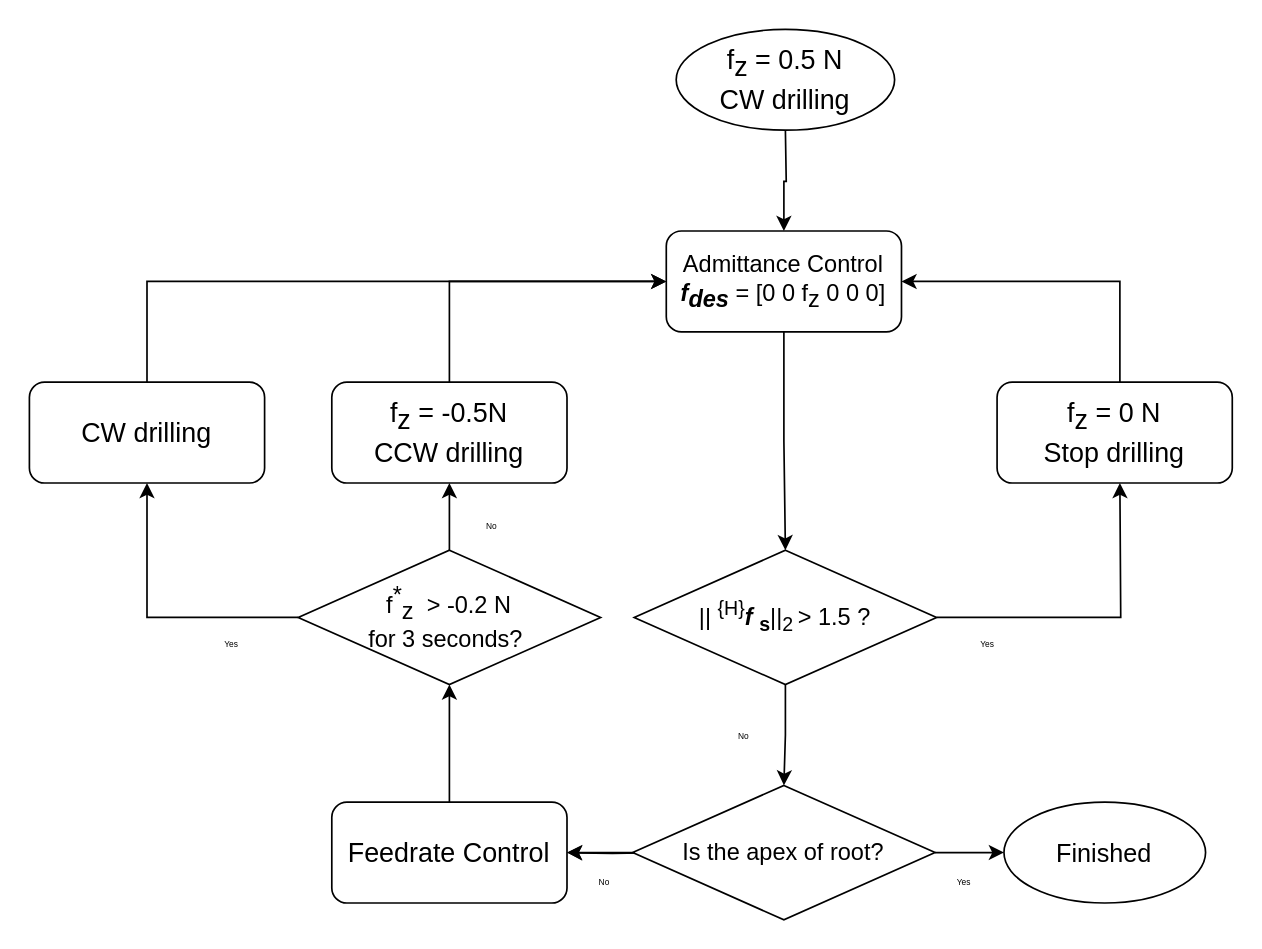
Earlier version of the draw.io diagram 009YiChan/Chan's thesis/Images/Original/complete flow chart.drawio (yichan0428/MS_thesis). Source tidied: cells renumbered, new cells numbered last; positions are measured from the earlier drawing's top-left corner, leaving out a move shared by most shapes. Both pictures are drawn from the tidied source at 168%, with x=0, y=0 at pixel (29, 29).
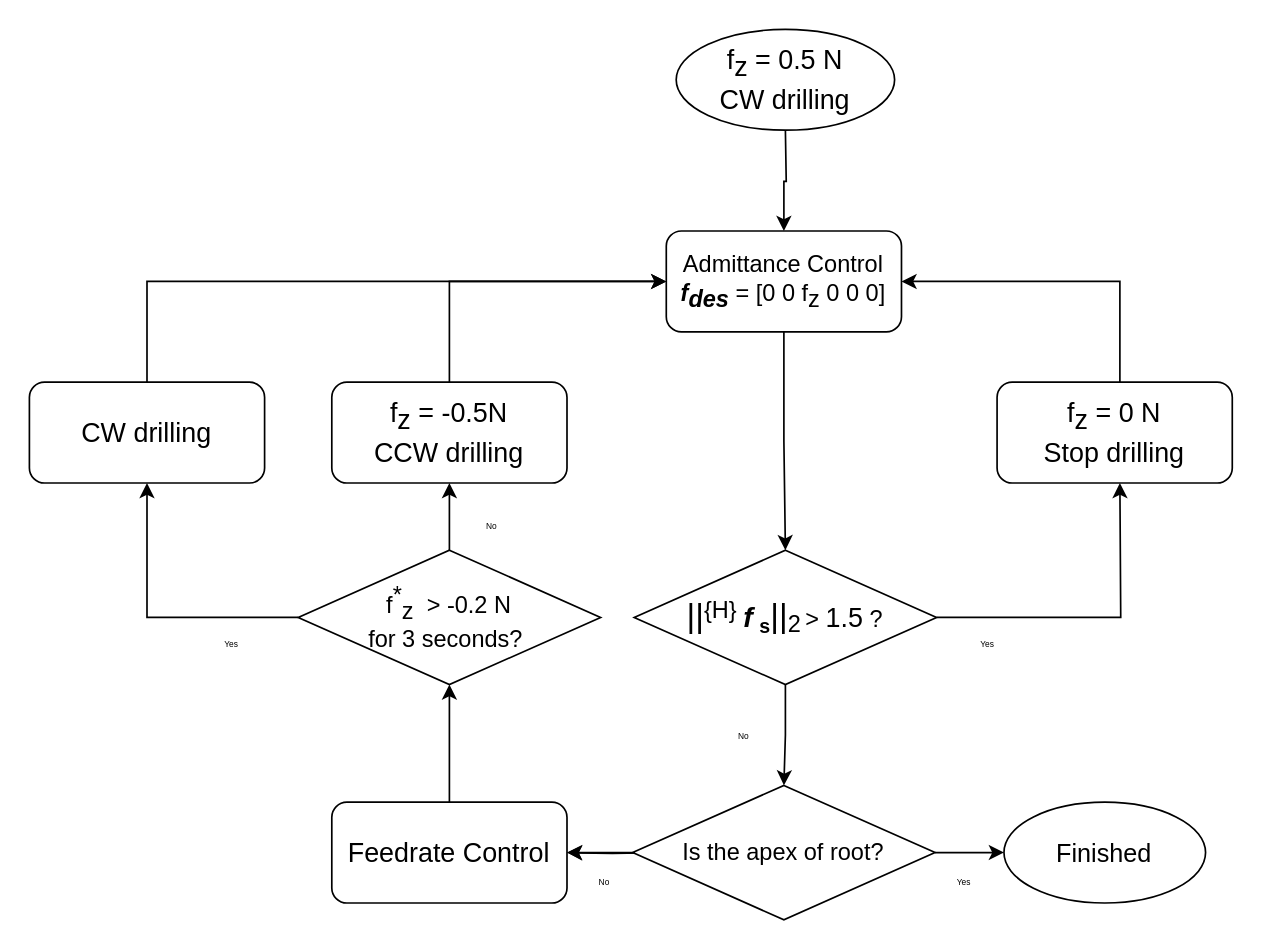
The same diagram, later.

Change to the diagram source:
```diff
@@
-    <mxCell id="9" value="&lt;font style=&quot;font-size: 14px&quot;&gt;|| &lt;sup&gt;{H}&lt;/sup&gt;&lt;b&gt;&lt;i&gt;f&lt;/i&gt;&lt;/b&gt;&lt;/font&gt;&lt;font&gt;&lt;b style=&quot;font-size: 14px&quot;&gt;&amp;nbsp;&lt;sub&gt;s&lt;/sub&gt;&lt;/b&gt;&lt;span style=&quot;font-size: 14px&quot;&gt;||&lt;sub&gt;2&lt;/sub&gt;&lt;/span&gt;&lt;span style=&quot;font-size: 11.6667px&quot;&gt;&lt;sub&gt;&amp;nbsp;&lt;/sub&gt;&lt;/span&gt;&lt;span style=&quot;font-size: 14px&quot;&gt;&amp;gt; 1.5 ?&lt;/span&gt;&lt;/font&gt;" style="rhombus;whiteSpace=wrap;html=1;" parent="1" vertex="1">
+    <mxCell id="9" value="&lt;font style=&quot;font-size: 20px&quot;&gt;||&lt;/font&gt;&lt;sup style=&quot;font-size: 14px&quot;&gt;{H}&amp;nbsp;&lt;/sup&gt;&lt;b&gt;&lt;i&gt;&lt;font style=&quot;font-size: 17px&quot;&gt;f&lt;/font&gt;&lt;/i&gt;&lt;/b&gt;&lt;b style=&quot;font-size: 14px&quot;&gt;&amp;nbsp;&lt;sub&gt;s&lt;/sub&gt;&lt;/b&gt;&lt;span style=&quot;font-size: 20px&quot;&gt;||&lt;/span&gt;&lt;sub style=&quot;font-size: 14px&quot;&gt;2&lt;/sub&gt;&lt;span style=&quot;font-size: 11.6667px&quot;&gt;&lt;sub&gt;&amp;nbsp;&lt;/sub&gt;&lt;/span&gt;&lt;span style=&quot;font-size: 14px&quot;&gt;&amp;gt; &lt;/span&gt;&lt;font style=&quot;font-size: 16px&quot;&gt;1.5&lt;/font&gt;&lt;span style=&quot;font-size: 14px&quot;&gt; ?&lt;/span&gt;" style="rhombus;whiteSpace=wrap;html=1;" parent="1" vertex="1">
       <mxGeometry x="360" y="310" width="180" height="80" as="geometry" />
     </mxCell>
```
